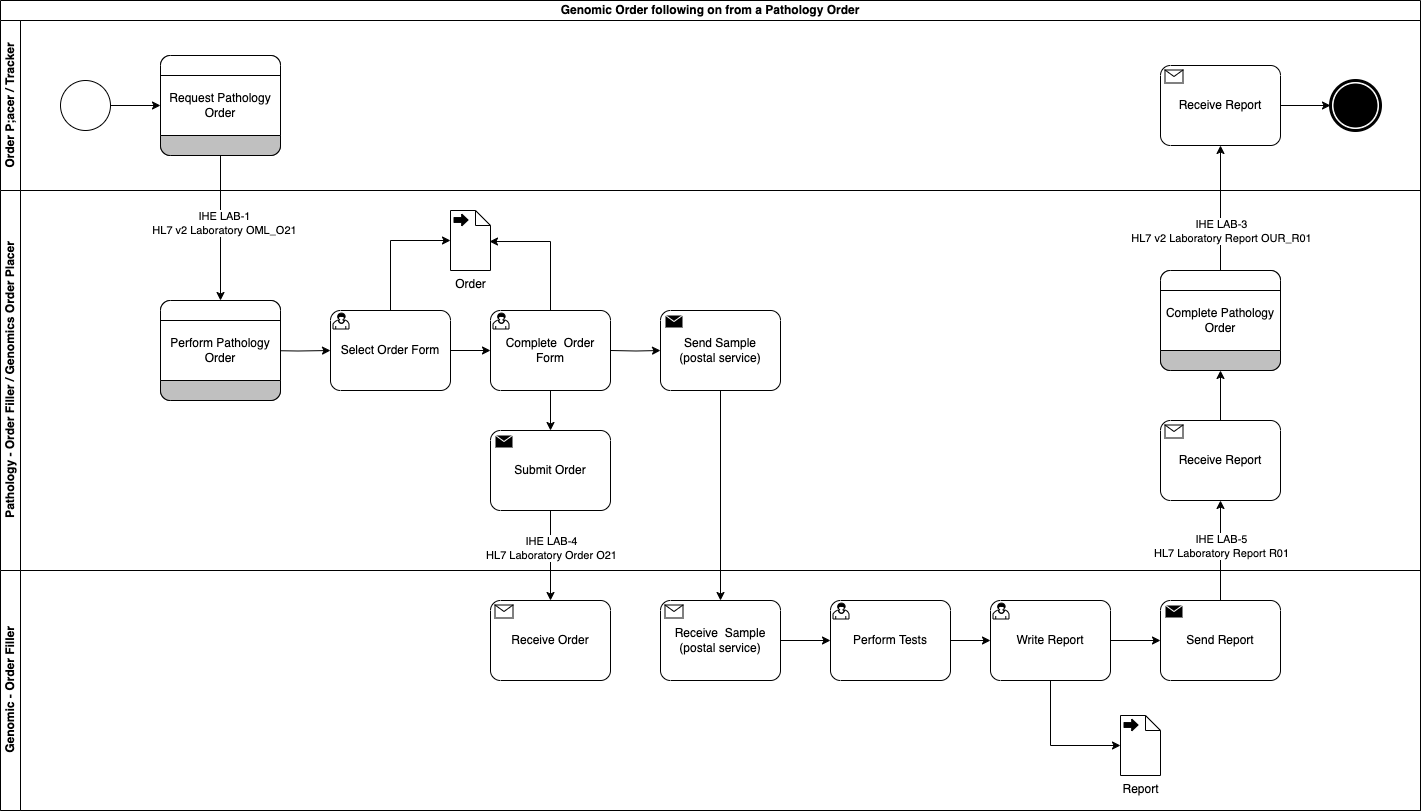
nw-gmsa/nw-gmsa.github.com keeps this draw.io diagram as input/images/LTW Use Case 3.drawio.png. Above is the earlier version. Source tidied: cells renumbered, new cells last; positions are measured from the earlier drawing's top-left corner, leaving out a move shared by most shapes.
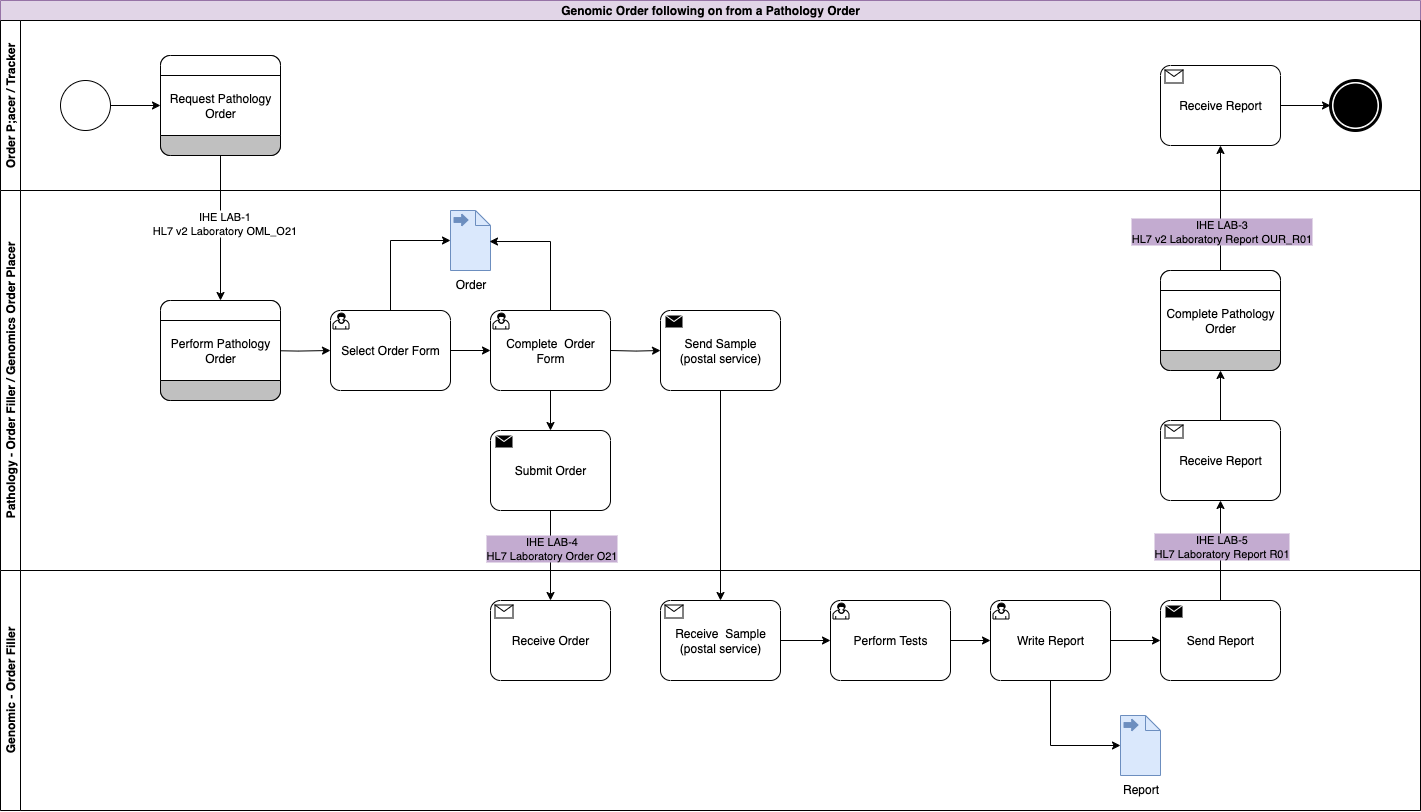
Later version of the same file.

The edit, as a diff of the source:
```diff
@@ -2,7 +2,7 @@
   <root>
     <mxCell id="0" />
     <mxCell id="1" parent="0" />
-    <mxCell id="2" value="Genomic Order following on from a Pathology Order" style="swimlane;html=1;horizontal=1;startSize=20;whiteSpace=wrap;" parent="1" vertex="1">
+    <mxCell id="2" value="Genomic Order following on from a Pathology Order" style="swimlane;html=1;horizontal=1;startSize=20;whiteSpace=wrap;fillColor=#e1d5e7;strokeColor=#9673a6;" parent="1" vertex="1">
       <mxGeometry width="1420" height="810" as="geometry" />
     </mxCell>
     <mxCell id="3" value="Order P;acer / Tracker" style="swimlane;startSize=20;horizontal=0;html=1;whiteSpace=wrap;" parent="2" vertex="1">
@@ -58,7 +58,7 @@
     <mxCell id="19" style="edgeStyle=orthogonalEdgeStyle;rounded=0;jettySize=auto;html=1;entryX=0.5;entryY=0;entryDx=0;entryDy=0;entryPerimeter=0;" parent="13" edge="1" source="17" target="18">
       <mxGeometry relative="1" as="geometry" />
     </mxCell>
-    <mxCell id="20" value="Order" style="shape=mxgraph.bpmn.data2;labelPosition=center;verticalLabelPosition=bottom;align=center;verticalAlign=top;size=15;html=1;bpmnTransferType=output;" parent="13" vertex="1">
+    <mxCell id="20" value="Order" style="shape=mxgraph.bpmn.data2;labelPosition=center;verticalLabelPosition=bottom;align=center;verticalAlign=top;size=15;html=1;bpmnTransferType=output;fillColor=#dae8fc;strokeColor=#6c8ebf;" parent="13" vertex="1">
       <mxGeometry x="450" y="20" width="40" height="60" as="geometry" />
     </mxCell>
     <mxCell id="21" style="edgeStyle=orthogonalEdgeStyle;rounded=0;jettySize=auto;html=1;entryX=0.975;entryY=0.517;entryDx=0;entryDy=0;entryPerimeter=0;" parent="13" edge="1" target="20">
@@ -134,7 +134,7 @@
     <mxCell id="42" style="edgeStyle=orthogonalEdgeStyle;rounded=0;jettySize=auto;html=1;entryX=0;entryY=0.5;entryDx=0;entryDy=0;entryPerimeter=0;" parent="35" edge="1" source="39" target="41">
       <mxGeometry relative="1" as="geometry" />
     </mxCell>
-    <mxCell id="43" value="Report" style="shape=mxgraph.bpmn.data2;labelPosition=center;verticalLabelPosition=bottom;align=center;verticalAlign=top;size=15;html=1;bpmnTransferType=output;" parent="35" vertex="1">
+    <mxCell id="43" value="Report" style="shape=mxgraph.bpmn.data2;labelPosition=center;verticalLabelPosition=bottom;align=center;verticalAlign=top;size=15;html=1;bpmnTransferType=output;fillColor=#dae8fc;strokeColor=#6c8ebf;" parent="35" vertex="1">
       <mxGeometry x="1120" y="145" width="40" height="60" as="geometry" />
     </mxCell>
     <mxCell id="44" style="edgeStyle=orthogonalEdgeStyle;rounded=0;jettySize=auto;html=1;entryX=0;entryY=0.5;entryDx=0;entryDy=0;entryPerimeter=0;" parent="35" edge="1" source="39" target="43">
@@ -150,13 +150,13 @@
     <mxCell id="46" style="edgeStyle=orthogonalEdgeStyle;rounded=0;jettySize=auto;html=1;" parent="2" edge="1" source="18" target="36">
       <mxGeometry relative="1" as="geometry" />
     </mxCell>
-    <mxCell id="47" value="IHE LAB-4&lt;br&gt;HL7 Laboratory Order O21" style="edgeLabel;html=1;align=center;verticalAlign=middle;" parent="46" vertex="1">
+    <mxCell id="47" value="IHE LAB-4&lt;br&gt;HL7 Laboratory Order O21" style="edgeLabel;html=1;align=center;verticalAlign=middle;labelBackgroundColor=#C3ABD0;" parent="46" vertex="1">
       <mxGeometry x="-0.18" relative="1" as="geometry" />
     </mxCell>
     <mxCell id="48" style="edgeStyle=orthogonalEdgeStyle;rounded=0;jettySize=auto;html=1;" parent="2" edge="1" source="41" target="25">
       <mxGeometry relative="1" as="geometry" />
     </mxCell>
-    <mxCell id="49" value="IHE LAB-5&lt;br&gt;HL7 Laboratory Report R01" style="edgeLabel;html=1;align=center;verticalAlign=middle;" parent="48" vertex="1">
+    <mxCell id="49" value="&lt;span style=&quot;&quot;&gt;IHE LAB-5&lt;br&gt;HL7 Laboratory Report R01&lt;/span&gt;" style="edgeLabel;html=1;align=center;verticalAlign=middle;labelBackgroundColor=light-dark(#C3ABD0,#9673A6);" parent="48" vertex="1">
       <mxGeometry x="0.04" y="1" relative="1" as="geometry">
         <mxPoint x="1" y="-3" as="offset" />
       </mxGeometry>
@@ -173,7 +173,7 @@
     <mxCell id="53" style="edgeStyle=orthogonalEdgeStyle;rounded=0;jettySize=auto;html=1;entryX=0.5;entryY=1;entryDx=0;entryDy=0;entryPerimeter=0;exitX=0.5;exitY=0;exitDx=0;exitDy=0;" parent="2" edge="1" source="31" target="10">
       <mxGeometry relative="1" as="geometry" />
     </mxCell>
-    <mxCell id="54" value="IHE LAB-3&lt;br&gt;HL7 v2 Laboratory Report OUR_R01" style="edgeLabel;html=1;align=center;verticalAlign=middle;" parent="53" vertex="1">
+    <mxCell id="54" value="IHE LAB-3&lt;br&gt;HL7 v2 Laboratory Report OUR_R01" style="edgeLabel;html=1;align=center;verticalAlign=middle;labelBackgroundColor=#C3ABD0;" parent="53" vertex="1">
       <mxGeometry x="-0.04" y="1" relative="1" as="geometry">
         <mxPoint x="1" y="20" as="offset" />
       </mxGeometry>
```
